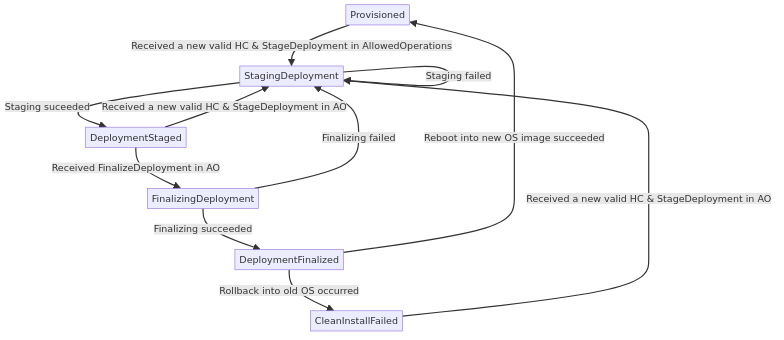
Before: dev-docs/diagrams/state-diagrams/ab-update.png, a diagram exported from Mermaid (microsoft/trident). Its source is kept beside it as dev-docs/diagrams/state-diagrams/ab-update.mmd.
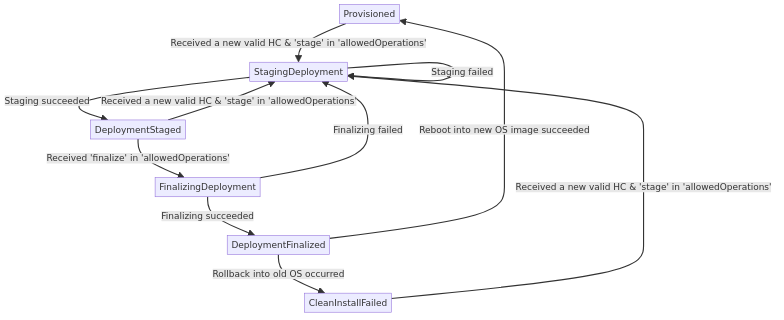
After the change.

Change to the diagram source:
```diff
@@ -1,11 +1,11 @@
 graph TD
-A[Provisioned] --> |Received a new valid HC & StageDeployment in AllowedOperations|B[StagingDeployment]
+A[Provisioned] --> |Received a new valid HC & 'stage' in 'allowedOperations'|B[StagingDeployment]
 B --> |Staging succeeded|C[DeploymentStaged]
 B --> |Staging failed|B
-C --> |Received FinalizeDeployment in AO|E[FinalizingDeployment]
-C --> |Received a new valid HC & StageDeployment in AO|B
+C --> |Received 'finalize' in 'allowedOperations'|E[FinalizingDeployment]
+C --> |Received a new valid HC & 'stage' in 'allowedOperations'|B
 E --> |Finalizing succeeded|F[DeploymentFinalized]
 E --> |Finalizing failed|B
 F --> |Reboot into new OS image succeeded|A
 F --> |Rollback into old OS occurred|D[CleanInstallFailed]
-D --> |Received a new valid HC & StageDeployment in AO|B
+D --> |Received a new valid HC & 'stage' in 'allowedOperations'|B
```
